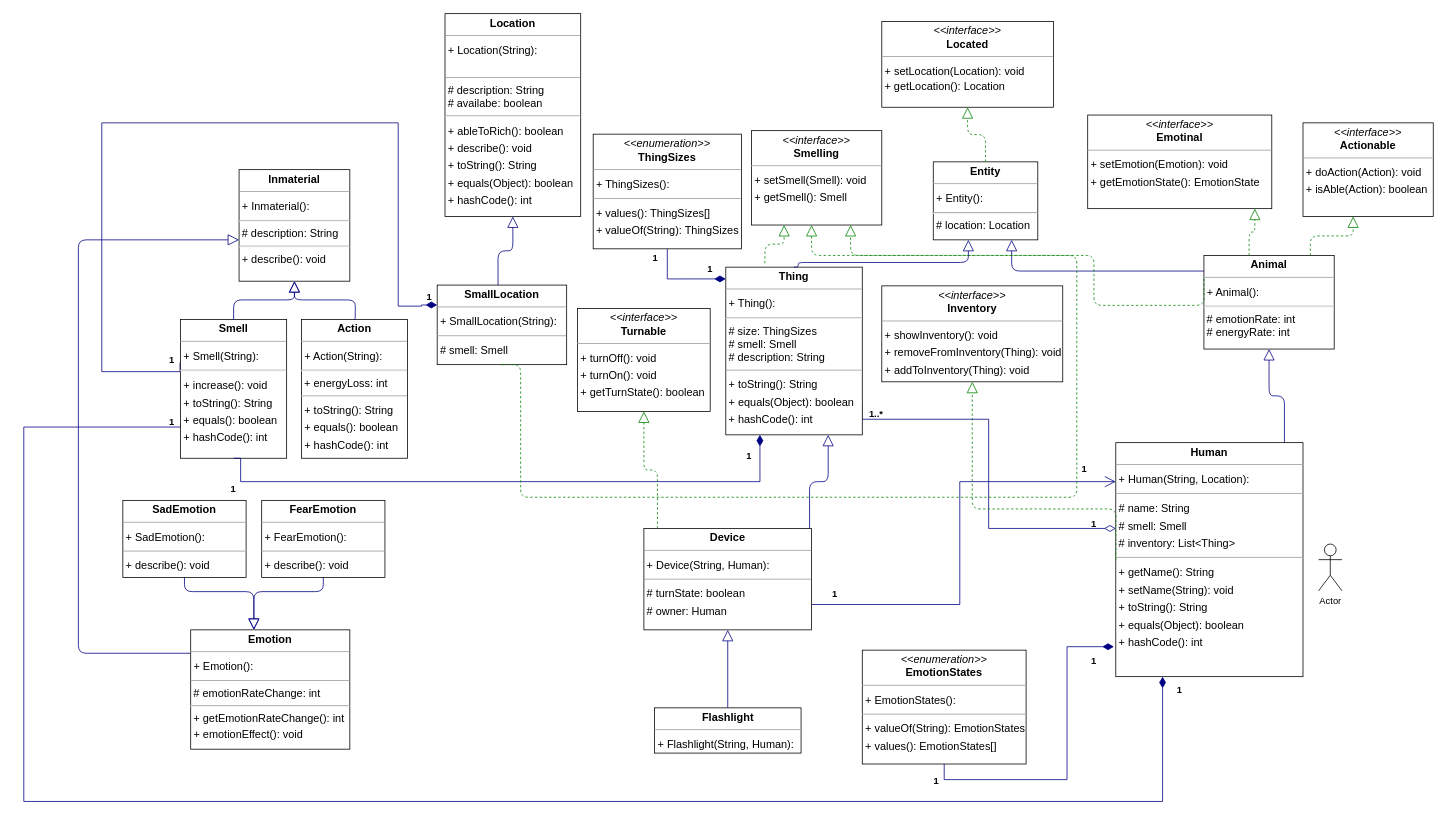
Before: proga/lab3/package.drawio in DenisBilobram/sppo, a draw.io diagram. Source tidied: cells renumbered, new cells numbered last; positions are measured from the earlier drawing's top-left corner, leaving out a move shared by most shapes. Both pictures are drawn from the tidied source at 78%, with x=0, y=0 at pixel (23, 13).
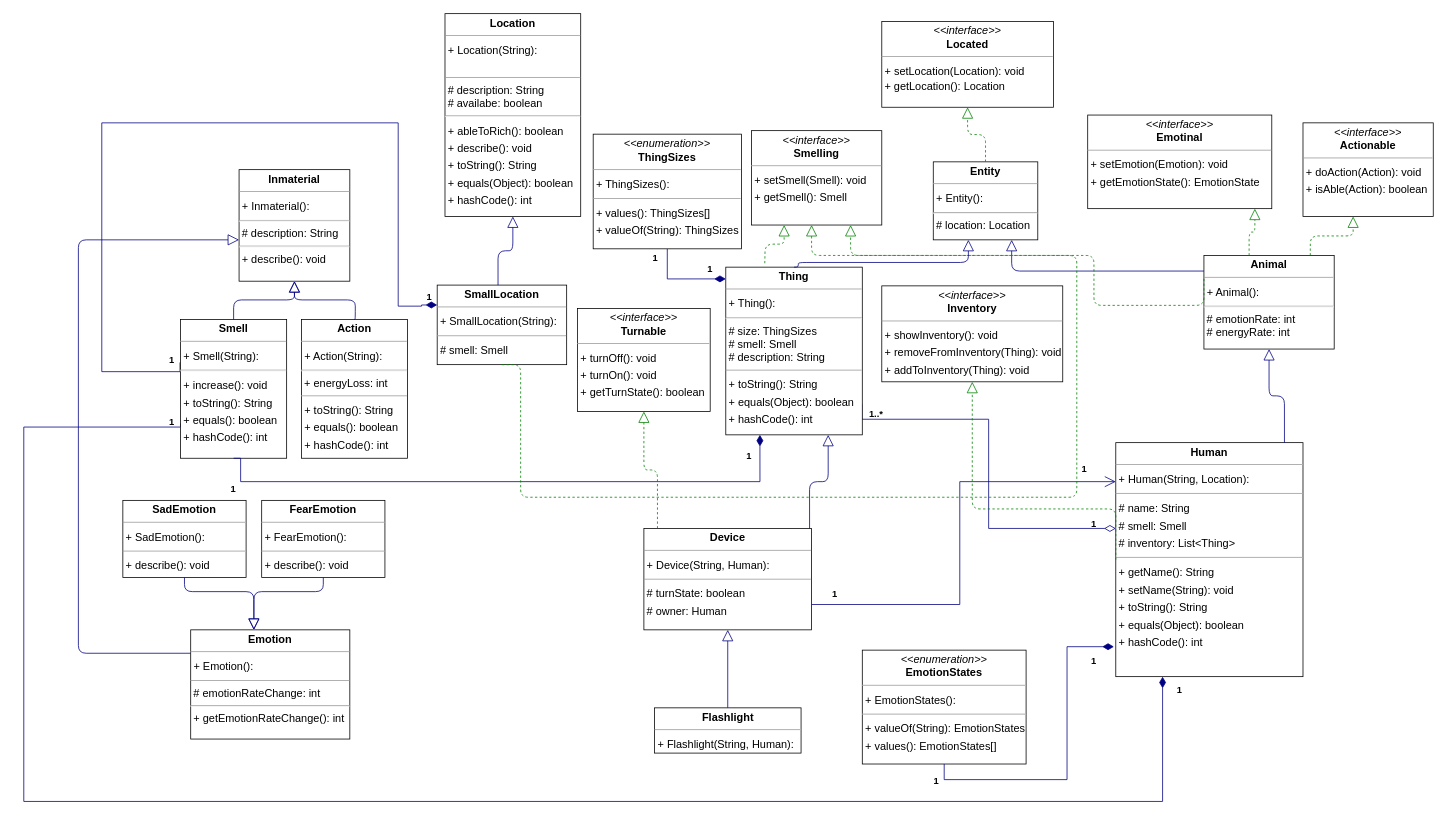
The same diagram, later.

What changed in the source:
```diff
@@
-    <mxCell id="9" value="&lt;p style=&quot;margin:0px;margin-top:4px;text-align:center;&quot;&gt;&lt;b&gt;Emotion&lt;/b&gt;&lt;/p&gt;&lt;hr size=&quot;1&quot;&gt;&lt;p style=&quot;margin:0 0 0 4px;line-height:1.6;&quot;&gt;+ Emotion(): &lt;/p&gt;&lt;hr size=&quot;1&quot;&gt;&amp;nbsp;# emotionRateChange: int&lt;hr&gt;&amp;nbsp;+ getEmotionRateChange(): int&lt;br&gt;&lt;p style=&quot;margin:0 0 0 4px;line-height:1.6;&quot;&gt;+ emotionEffect(): void&lt;/p&gt;" style="verticalAlign=top;align=left;overflow=fill;fontSize=14;fontFamily=Helvetica;html=1;rounded=0;shadow=0;comic=0;labelBackgroundColor=none;strokeWidth=1;" parent="1" vertex="1">
-      <mxGeometry x="214" y="790" width="204" height="153" as="geometry" />
+    <mxCell id="9" value="&lt;p style=&quot;margin:0px;margin-top:4px;text-align:center;&quot;&gt;&lt;b&gt;Emotion&lt;/b&gt;&lt;/p&gt;&lt;hr size=&quot;1&quot;&gt;&lt;p style=&quot;margin:0 0 0 4px;line-height:1.6;&quot;&gt;+ Emotion(): &lt;/p&gt;&lt;hr size=&quot;1&quot;&gt;&amp;nbsp;# emotionRateChange: int&lt;hr&gt;&amp;nbsp;+ getEmotionRateChange(): int" style="verticalAlign=top;align=left;overflow=fill;fontSize=14;fontFamily=Helvetica;html=1;rounded=0;shadow=0;comic=0;labelBackgroundColor=none;strokeWidth=1;" parent="1" vertex="1">
+      <mxGeometry x="214" y="790" width="204" height="140" as="geometry" />
     </mxCell>
@@
-    <mxCell id="64" value="Actor" style="shape=umlActor;verticalLabelPosition=bottom;verticalAlign=top;html=1;" parent="1" vertex="1">
-      <mxGeometry x="1660" y="680" width="30" height="60" as="geometry" />
-    </mxCell>
```
